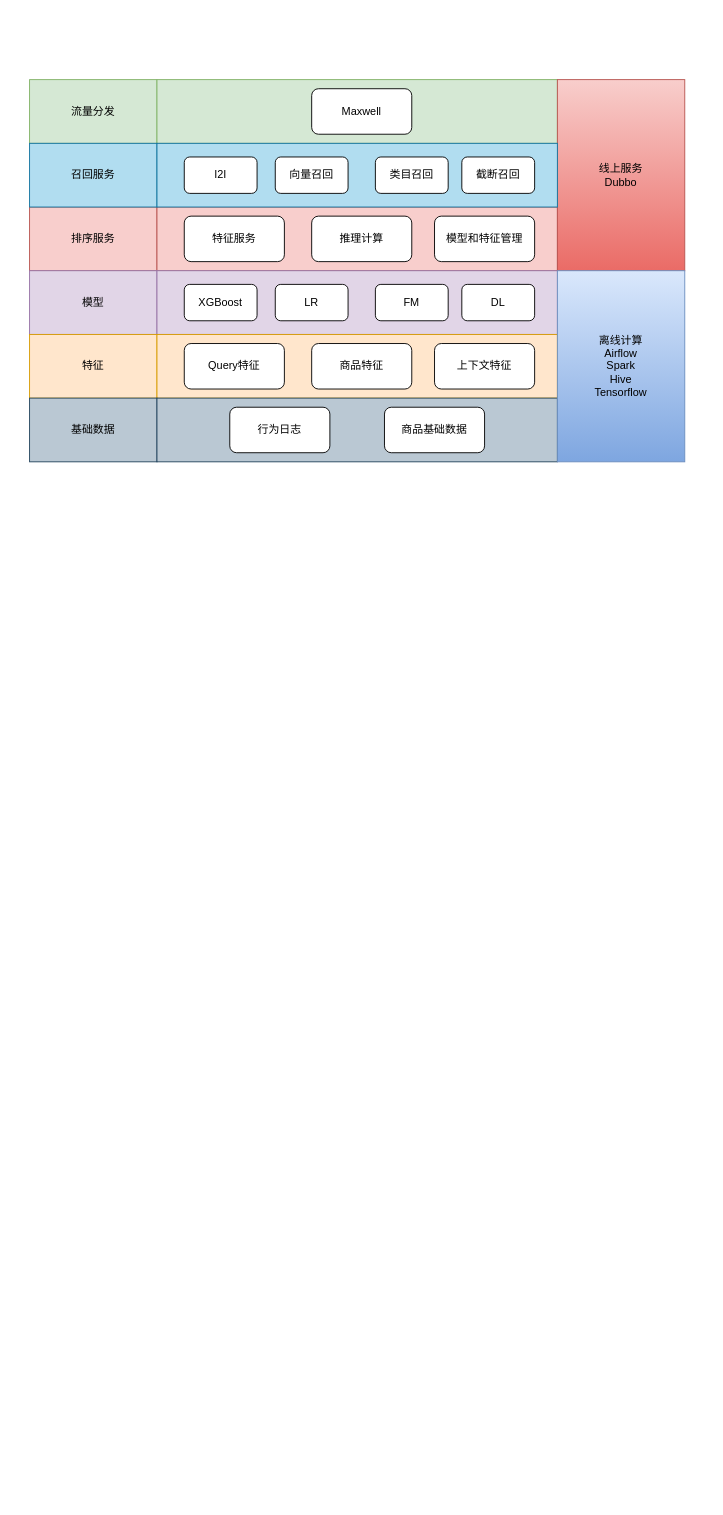
This is engineering/架构设计/推荐排序算法架构.drawio from Wanke15/wanke15.github.io, a draw.io file, before an edit. Source tidied: cells renumbered, new cells numbered last; positions are measured from the earlier drawing's top-left corner, leaving out a move shared by most shapes. Both pictures are drawn from the tidied source at 91%, with x=0, y=0 at pixel (29, 79).
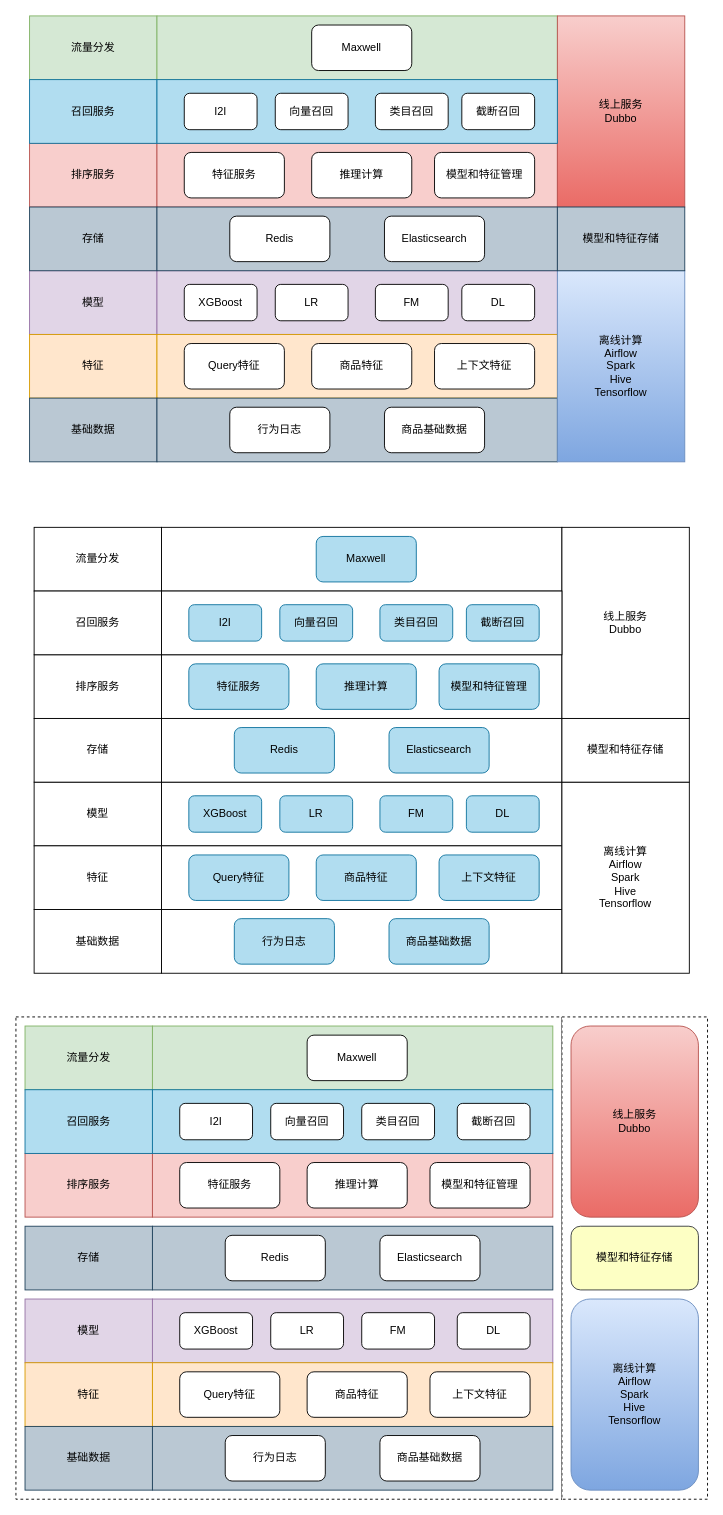
The same page after the edit.

Commit message (it also covers changes not shown here):
Update 推荐排序算法架构.drawio

The edit, as a diff of the source:
```diff
@@
     <mxCell id="2" value="流量分发" style="rounded=0;whiteSpace=wrap;html=1;fillColor=#d5e8d4;strokeColor=#82b366;" parent="1" vertex="1">
-      <mxGeometry width="140" height="70" as="geometry" />
+      <mxGeometry y="-70" width="140" height="70" as="geometry" />
     </mxCell>
     <mxCell id="3" value="排序服务" style="rounded=0;whiteSpace=wrap;html=1;fillColor=#f8cecc;strokeColor=#b85450;" parent="1" vertex="1">
-      <mxGeometry y="140" width="140" height="70" as="geometry" />
+      <mxGeometry y="70" width="140" height="70" as="geometry" />
     </mxCell>
     <mxCell id="4" style="rounded=0;whiteSpace=wrap;html=1;fillColor=#d5e8d4;strokeColor=#82b366;" parent="1" vertex="1">
-      <mxGeometry x="140" width="440" height="70" as="geometry" />
+      <mxGeometry x="140" y="-70" width="440" height="70" as="geometry" />
     </mxCell>
     <mxCell id="5" value="Maxwell" style="rounded=1;whiteSpace=wrap;html=1;" parent="1" vertex="1">
-      <mxGeometry x="310" y="10" width="110" height="50" as="geometry" />
+      <mxGeometry x="310" y="-60" width="110" height="50" as="geometry" />
     </mxCell>
     <mxCell id="6" style="rounded=0;whiteSpace=wrap;html=1;fillColor=#f8cecc;strokeColor=#b85450;" parent="1" vertex="1">
-      <mxGeometry x="140" y="140" width="440" height="70" as="geometry" />
+      <mxGeometry x="140" y="70" width="440" height="70" as="geometry" />
     </mxCell>
     <mxCell id="7" value="特征服务" style="rounded=1;whiteSpace=wrap;html=1;" parent="1" vertex="1">
-      <mxGeometry x="170" y="150" width="110" height="50" as="geometry" />
+      <mxGeometry x="170" y="80" width="110" height="50" as="geometry" />
     </mxCell>
     <mxCell id="8" value="推理计算" style="rounded=1;whiteSpace=wrap;html=1;" parent="1" vertex="1">
-      <mxGeometry x="310" y="150" width="110" height="50" as="geometry" />
+      <mxGeometry x="310" y="80" width="110" height="50" as="geometry" />
     </mxCell>
     <mxCell id="9" value="模型和特征管理" style="rounded=1;whiteSpace=wrap;html=1;" parent="1" vertex="1">
-      <mxGeometry x="445" y="150" width="110" height="50" as="geometry" />
+      <mxGeometry x="445" y="80" width="110" height="50" as="geometry" />
     </mxCell>
@@
     <mxCell id="25" value="线上服务&lt;br&gt;Dubbo" style="rounded=0;whiteSpace=wrap;html=1;gradientColor=#ea6b66;fillColor=#f8cecc;strokeColor=#b85450;" parent="1" vertex="1">
-      <mxGeometry x="580" width="140" height="210" as="geometry" />
+      <mxGeometry x="580" y="-70" width="140" height="210" as="geometry" />
     </mxCell>
@@
     <mxCell id="27" value="召回服务" style="rounded=0;whiteSpace=wrap;html=1;fillColor=#b1ddf0;strokeColor=#10739e;" parent="1" vertex="1">
-      <mxGeometry y="70" width="140" height="70" as="geometry" />
+      <mxGeometry width="140" height="70" as="geometry" />
     </mxCell>
     <mxCell id="28" style="rounded=0;whiteSpace=wrap;html=1;fillColor=#b1ddf0;strokeColor=#10739e;" parent="1" vertex="1">
-      <mxGeometry x="140" y="70" width="440" height="70" as="geometry" />
+      <mxGeometry x="140" width="440" height="70" as="geometry" />
     </mxCell>
     <mxCell id="29" value="I2I" style="rounded=1;whiteSpace=wrap;html=1;" parent="1" vertex="1">
-      <mxGeometry x="170" y="85" width="80" height="40" as="geometry" />
+      <mxGeometry x="170" y="15" width="80" height="40" as="geometry" />
     </mxCell>
     <mxCell id="30" value="向量召回" style="rounded=1;whiteSpace=wrap;html=1;" parent="1" vertex="1">
-      <mxGeometry x="270" y="85" width="80" height="40" as="geometry" />
+      <mxGeometry x="270" y="15" width="80" height="40" as="geometry" />
     </mxCell>
     <mxCell id="31" value="类目召回" style="rounded=1;whiteSpace=wrap;html=1;" parent="1" vertex="1">
-      <mxGeometry x="380" y="85" width="80" height="40" as="geometry" />
+      <mxGeometry x="380" y="15" width="80" height="40" as="geometry" />
     </mxCell>
     <mxCell id="32" value="截断召回" style="rounded=1;whiteSpace=wrap;html=1;" parent="1" vertex="1">
-      <mxGeometry x="475" y="85" width="80" height="40" as="geometry" />
+      <mxGeometry x="475" y="15" width="80" height="40" as="geometry" />
     </mxCell>
+    <mxCell id="33" style="rounded=0;whiteSpace=wrap;html=1;dashed=1;strokeWidth=1;perimeterSpacing=0;shadow=0;sketch=0;glass=0;" parent="1" vertex="1">
+      <mxGeometry x="-15" y="1030" width="600" height="530" as="geometry" />
+    </mxCell>
+    <mxCell id="34" value="流量分发" style="rounded=0;whiteSpace=wrap;html=1;fillColor=#d5e8d4;strokeColor=#82b366;" parent="1" vertex="1">
+      <mxGeometry x="-5" y="1040" width="140" height="70" as="geometry" />
+    </mxCell>
+    <mxCell id="35" style="rounded=0;whiteSpace=wrap;html=1;fillColor=#d5e8d4;strokeColor=#82b366;" parent="1" vertex="1">
+      <mxGeometry x="135" y="1040" width="440" height="70" as="geometry" />
+    </mxCell>
+    <mxCell id="36" value="Maxwell" style="rounded=1;whiteSpace=wrap;html=1;" parent="1" vertex="1">
+      <mxGeometry x="305" y="1050" width="110" height="50" as="geometry" />
+    </mxCell>
+    <mxCell id="37" value="排序服务" style="rounded=0;whiteSpace=wrap;html=1;fillColor=#f8cecc;strokeColor=#b85450;" parent="1" vertex="1">
+      <mxGeometry x="-5" y="1180" width="140" height="70" as="geometry" />
+    </mxCell>
+    <mxCell id="38" style="rounded=0;whiteSpace=wrap;html=1;fillColor=#f8cecc;strokeColor=#b85450;" parent="1" vertex="1">
+      <mxGeometry x="135" y="1180" width="440" height="70" as="geometry" />
+    </mxCell>
+    <mxCell id="39" value="特征服务" style="rounded=1;whiteSpace=wrap;html=1;" parent="1" vertex="1">
+      <mxGeometry x="165" y="1190" width="110" height="50" as="geometry" />
+    </mxCell>
+    <mxCell id="40" value="推理计算" style="rounded=1;whiteSpace=wrap;html=1;" parent="1" vertex="1">
+      <mxGeometry x="305" y="1190" width="110" height="50" as="geometry" />
+    </mxCell>
+    <mxCell id="41" value="模型和特征管理" style="rounded=1;whiteSpace=wrap;html=1;" parent="1" vertex="1">
+      <mxGeometry x="440" y="1190" width="110" height="50" as="geometry" />
+    </mxCell>
+    <mxCell id="42" value="召回服务" style="rounded=0;whiteSpace=wrap;html=1;fillColor=#b1ddf0;strokeColor=#10739e;" parent="1" vertex="1">
+      <mxGeometry x="-5" y="1110" width="140" height="70" as="geometry" />
+    </mxCell>
+    <mxCell id="43" style="rounded=0;whiteSpace=wrap;html=1;fillColor=#b1ddf0;strokeColor=#10739e;" parent="1" vertex="1">
+      <mxGeometry x="135" y="1110" width="440" height="70" as="geometry" />
+    </mxCell>
+    <mxCell id="44" value="I2I" style="rounded=1;whiteSpace=wrap;html=1;" parent="1" vertex="1">
+      <mxGeometry x="165" y="1125" width="80" height="40" as="geometry" />
+    </mxCell>
+    <mxCell id="45" value="向量召回" style="rounded=1;whiteSpace=wrap;html=1;" parent="1" vertex="1">
+      <mxGeometry x="265" y="1125" width="80" height="40" as="geometry" />
+    </mxCell>
+    <mxCell id="46" value="类目召回" style="rounded=1;whiteSpace=wrap;html=1;" parent="1" vertex="1">
+      <mxGeometry x="365" y="1125" width="80" height="40" as="geometry" />
+    </mxCell>
+    <mxCell id="47" value="截断召回" style="rounded=1;whiteSpace=wrap;html=1;" parent="1" vertex="1">
+      <mxGeometry x="470" y="1125" width="80" height="40" as="geometry" />
+    </mxCell>
+    <mxCell id="48" style="rounded=0;whiteSpace=wrap;html=1;dashed=1;strokeWidth=1;perimeterSpacing=0;shadow=0;sketch=0;glass=0;" parent="1" vertex="1">
+      <mxGeometry x="585" y="1030" width="160" height="530" as="geometry" />
+    </mxCell>
+    <mxCell id="49" value="模型" style="rounded=0;whiteSpace=wrap;html=1;fillColor=#e1d5e7;strokeColor=#9673a6;" parent="1" vertex="1">
+      <mxGeometry x="-5" y="1340" width="140" height="70" as="geometry" />
+    </mxCell>
+    <mxCell id="50" style="rounded=0;whiteSpace=wrap;html=1;fillColor=#e1d5e7;strokeColor=#9673a6;" parent="1" vertex="1">
+      <mxGeometry x="135" y="1340" width="440" height="70" as="geometry" />
+    </mxCell>
+    <mxCell id="51" value="XGBoost" style="rounded=1;whiteSpace=wrap;html=1;" parent="1" vertex="1">
+      <mxGeometry x="165" y="1355" width="80" height="40" as="geometry" />
+    </mxCell>
+    <mxCell id="52" value="LR" style="rounded=1;whiteSpace=wrap;html=1;" parent="1" vertex="1">
+      <mxGeometry x="265" y="1355" width="80" height="40" as="geometry" />
+    </mxCell>
+    <mxCell id="53" value="FM" style="rounded=1;whiteSpace=wrap;html=1;" parent="1" vertex="1">
+      <mxGeometry x="365" y="1355" width="80" height="40" as="geometry" />
+    </mxCell>
+    <mxCell id="54" value="DL" style="rounded=1;whiteSpace=wrap;html=1;" parent="1" vertex="1">
+      <mxGeometry x="470" y="1355" width="80" height="40" as="geometry" />
+    </mxCell>
+    <mxCell id="55" value="特征" style="rounded=0;whiteSpace=wrap;html=1;fillColor=#ffe6cc;strokeColor=#d79b00;" parent="1" vertex="1">
+      <mxGeometry x="-5" y="1410" width="140" height="70" as="geometry" />
+    </mxCell>
+    <mxCell id="56" style="rounded=0;whiteSpace=wrap;html=1;fillColor=#ffe6cc;strokeColor=#d79b00;" parent="1" vertex="1">
+      <mxGeometry x="135" y="1410" width="440" height="70" as="geometry" />
+    </mxCell>
+    <mxCell id="57" value="Query特征" style="rounded=1;whiteSpace=wrap;html=1;" parent="1" vertex="1">
+      <mxGeometry x="165" y="1420" width="110" height="50" as="geometry" />
+    </mxCell>
+    <mxCell id="58" value="商品特征" style="rounded=1;whiteSpace=wrap;html=1;" parent="1" vertex="1">
+      <mxGeometry x="305" y="1420" width="110" height="50" as="geometry" />
+    </mxCell>
+    <mxCell id="59" value="上下文特征" style="rounded=1;whiteSpace=wrap;html=1;" parent="1" vertex="1">
+      <mxGeometry x="440" y="1420" width="110" height="50" as="geometry" />
+    </mxCell>
+    <mxCell id="60" value="基础数据" style="rounded=0;whiteSpace=wrap;html=1;fillColor=#bac8d3;strokeColor=#23445d;" parent="1" vertex="1">
+      <mxGeometry x="-5" y="1480" width="140" height="70" as="geometry" />
+    </mxCell>
+    <mxCell id="61" style="rounded=0;whiteSpace=wrap;html=1;fillColor=#bac8d3;strokeColor=#23445d;" parent="1" vertex="1">
+      <mxGeometry x="135" y="1480" width="440" height="70" as="geometry" />
+    </mxCell>
+    <mxCell id="62" value="行为日志" style="rounded=1;whiteSpace=wrap;html=1;" parent="1" vertex="1">
+      <mxGeometry x="215" y="1490" width="110" height="50" as="geometry" />
+    </mxCell>
+    <mxCell id="63" value="商品基础数据" style="rounded=1;whiteSpace=wrap;html=1;" parent="1" vertex="1">
+      <mxGeometry x="385" y="1490" width="110" height="50" as="geometry" />
+    </mxCell>
+    <mxCell id="64" value="离线计算&lt;br&gt;Airflow&lt;br&gt;Spark&lt;br&gt;Hive&lt;br&gt;Tensorflow" style="rounded=1;whiteSpace=wrap;html=1;gradientColor=#7ea6e0;fillColor=#dae8fc;strokeColor=#6c8ebf;" parent="1" vertex="1">
+      <mxGeometry x="595" y="1340" width="140" height="210" as="geometry" />
+    </mxCell>
+    <mxCell id="65" value="存储" style="rounded=0;whiteSpace=wrap;html=1;fillColor=#bac8d3;strokeColor=#23445d;" parent="1" vertex="1">
+      <mxGeometry x="-5" y="1260" width="140" height="70" as="geometry" />
+    </mxCell>
+    <mxCell id="66" style="rounded=0;whiteSpace=wrap;html=1;fillColor=#bac8d3;strokeColor=#23445d;" parent="1" vertex="1">
+      <mxGeometry x="135" y="1260" width="440" height="70" as="geometry" />
+    </mxCell>
+    <mxCell id="67" value="Redis" style="rounded=1;whiteSpace=wrap;html=1;" parent="1" vertex="1">
+      <mxGeometry x="215" y="1270" width="110" height="50" as="geometry" />
+    </mxCell>
+    <mxCell id="68" value="Elasticsearch" style="rounded=1;whiteSpace=wrap;html=1;" parent="1" vertex="1">
+      <mxGeometry x="385" y="1270" width="110" height="50" as="geometry" />
+    </mxCell>
+    <mxCell id="69" value="模型和特征存储" style="rounded=1;whiteSpace=wrap;html=1;strokeColor=#36393d;gradientDirection=south;fillColor=#FDFFC4;" parent="1" vertex="1">
+      <mxGeometry x="595" y="1260" width="140" height="70" as="geometry" />
+    </mxCell>
+    <mxCell id="70" value="线上服务&lt;br&gt;Dubbo" style="rounded=1;whiteSpace=wrap;html=1;gradientColor=#ea6b66;fillColor=#f8cecc;strokeColor=#b85450;" parent="1" vertex="1">
+      <mxGeometry x="595" y="1040" width="140" height="210" as="geometry" />
+    </mxCell>
+    <mxCell id="71" value="存储" style="rounded=0;whiteSpace=wrap;html=1;fillColor=#bac8d3;strokeColor=#23445d;" parent="1" vertex="1">
+      <mxGeometry y="140" width="140" height="70" as="geometry" />
+    </mxCell>
+    <mxCell id="72" style="rounded=0;whiteSpace=wrap;html=1;fillColor=#bac8d3;strokeColor=#23445d;" parent="1" vertex="1">
+      <mxGeometry x="140" y="140" width="440" height="70" as="geometry" />
+    </mxCell>
+    <mxCell id="73" value="Redis" style="rounded=1;whiteSpace=wrap;html=1;" parent="1" vertex="1">
+      <mxGeometry x="220" y="150" width="110" height="50" as="geometry" />
+    </mxCell>
+    <mxCell id="74" value="Elasticsearch" style="rounded=1;whiteSpace=wrap;html=1;" parent="1" vertex="1">
+      <mxGeometry x="390" y="150" width="110" height="50" as="geometry" />
+    </mxCell>
+    <mxCell id="75" value="模型和特征存储" style="rounded=0;whiteSpace=wrap;html=1;strokeColor=#23445d;gradientDirection=south;fillColor=#bac8d3;" parent="1" vertex="1">
+      <mxGeometry x="580" y="140" width="140" height="70" as="geometry" />
+    </mxCell>
+    <mxCell id="76" value="流量分发" style="rounded=0;whiteSpace=wrap;html=1;" parent="1" vertex="1">
+      <mxGeometry x="5" y="492" width="140" height="70" as="geometry" />
+    </mxCell>
+    <mxCell id="77" value="排序服务" style="rounded=0;whiteSpace=wrap;html=1;" parent="1" vertex="1">
+      <mxGeometry x="5" y="632" width="140" height="70" as="geometry" />
+    </mxCell>
+    <mxCell id="78" style="rounded=0;whiteSpace=wrap;html=1;" parent="1" vertex="1">
+      <mxGeometry x="145" y="492" width="440" height="70" as="geometry" />
+    </mxCell>
+    <mxCell id="79" value="Maxwell" style="rounded=1;whiteSpace=wrap;html=1;fillColor=#b1ddf0;strokeColor=#10739e;" parent="1" vertex="1">
+      <mxGeometry x="315" y="502" width="110" height="50" as="geometry" />
+    </mxCell>
+    <mxCell id="80" style="rounded=0;whiteSpace=wrap;html=1;" parent="1" vertex="1">
+      <mxGeometry x="145" y="632" width="440" height="70" as="geometry" />
+    </mxCell>
+    <mxCell id="81" value="特征服务" style="rounded=1;whiteSpace=wrap;html=1;fillColor=#b1ddf0;strokeColor=#10739e;" parent="1" vertex="1">
+      <mxGeometry x="175" y="642" width="110" height="50" as="geometry" />
+    </mxCell>
+    <mxCell id="82" value="推理计算" style="rounded=1;whiteSpace=wrap;html=1;fillColor=#b1ddf0;strokeColor=#10739e;" parent="1" vertex="1">
+      <mxGeometry x="315" y="642" width="110" height="50" as="geometry" />
+    </mxCell>
+    <mxCell id="83" value="模型和特征管理" style="rounded=1;whiteSpace=wrap;html=1;fillColor=#b1ddf0;strokeColor=#10739e;" parent="1" vertex="1">
+      <mxGeometry x="450" y="642" width="110" height="50" as="geometry" />
+    </mxCell>
+    <mxCell id="84" value="模型" style="rounded=0;whiteSpace=wrap;html=1;" parent="1" vertex="1">
+      <mxGeometry x="5" y="772" width="140" height="70" as="geometry" />
+    </mxCell>
+    <mxCell id="85" style="rounded=0;whiteSpace=wrap;html=1;" parent="1" vertex="1">
+      <mxGeometry x="145" y="772" width="440" height="70" as="geometry" />
+    </mxCell>
+    <mxCell id="86" value="XGBoost" style="rounded=1;whiteSpace=wrap;html=1;fillColor=#b1ddf0;strokeColor=#10739e;" parent="1" vertex="1">
+      <mxGeometry x="175" y="787" width="80" height="40" as="geometry" />
+    </mxCell>
+    <mxCell id="87" value="LR" style="rounded=1;whiteSpace=wrap;html=1;fillColor=#b1ddf0;strokeColor=#10739e;" parent="1" vertex="1">
+      <mxGeometry x="275" y="787" width="80" height="40" as="geometry" />
+    </mxCell>
+    <mxCell id="88" value="FM" style="rounded=1;whiteSpace=wrap;html=1;fillColor=#b1ddf0;strokeColor=#10739e;" parent="1" vertex="1">
+      <mxGeometry x="385" y="787" width="80" height="40" as="geometry" />
+    </mxCell>
+    <mxCell id="89" value="DL" style="rounded=1;whiteSpace=wrap;html=1;fillColor=#b1ddf0;strokeColor=#10739e;" parent="1" vertex="1">
+      <mxGeometry x="480" y="787" width="80" height="40" as="geometry" />
+    </mxCell>
+    <mxCell id="90" value="特征" style="rounded=0;whiteSpace=wrap;html=1;" parent="1" vertex="1">
+      <mxGeometry x="5" y="842" width="140" height="70" as="geometry" />
+    </mxCell>
+    <mxCell id="91" style="rounded=0;whiteSpace=wrap;html=1;" parent="1" vertex="1">
+      <mxGeometry x="145" y="842" width="440" height="70" as="geometry" />
+    </mxCell>
+    <mxCell id="92" value="Query特征" style="rounded=1;whiteSpace=wrap;html=1;fillColor=#b1ddf0;strokeColor=#10739e;" parent="1" vertex="1">
+      <mxGeometry x="175" y="852" width="110" height="50" as="geometry" />
+    </mxCell>
+    <mxCell id="93" value="商品特征" style="rounded=1;whiteSpace=wrap;html=1;fillColor=#b1ddf0;strokeColor=#10739e;" parent="1" vertex="1">
+      <mxGeometry x="315" y="852" width="110" height="50" as="geometry" />
+    </mxCell>
+    <mxCell id="94" value="上下文特征" style="rounded=1;whiteSpace=wrap;html=1;fillColor=#b1ddf0;strokeColor=#10739e;" parent="1" vertex="1">
+      <mxGeometry x="450" y="852" width="110" height="50" as="geometry" />
+    </mxCell>
+    <mxCell id="95" value="基础数据" style="rounded=0;whiteSpace=wrap;html=1;" parent="1" vertex="1">
+      <mxGeometry x="5" y="912" width="140" height="70" as="geometry" />
+    </mxCell>
+    <mxCell id="96" style="rounded=0;whiteSpace=wrap;html=1;" parent="1" vertex="1">
+      <mxGeometry x="145" y="912" width="440" height="70" as="geometry" />
+    </mxCell>
+    <mxCell id="97" value="行为日志" style="rounded=1;whiteSpace=wrap;html=1;fillColor=#b1ddf0;strokeColor=#10739e;" parent="1" vertex="1">
+      <mxGeometry x="225" y="922" width="110" height="50" as="geometry" />
+    </mxCell>
+    <mxCell id="98" value="商品基础数据" style="rounded=1;whiteSpace=wrap;html=1;fillColor=#b1ddf0;strokeColor=#10739e;" parent="1" vertex="1">
+      <mxGeometry x="395" y="922" width="110" height="50" as="geometry" />
+    </mxCell>
+    <mxCell id="99" value="线上服务&lt;br&gt;Dubbo" style="rounded=0;whiteSpace=wrap;html=1;" parent="1" vertex="1">
+      <mxGeometry x="585" y="492" width="140" height="210" as="geometry" />
+    </mxCell>
+    <mxCell id="100" value="离线计算&lt;br&gt;Airflow&lt;br&gt;Spark&lt;br&gt;Hive&lt;br&gt;Tensorflow" style="rounded=0;whiteSpace=wrap;html=1;" parent="1" vertex="1">
+      <mxGeometry x="585" y="772" width="140" height="210" as="geometry" />
+    </mxCell>
+    <mxCell id="101" value="召回服务" style="rounded=0;whiteSpace=wrap;html=1;" parent="1" vertex="1">
+      <mxGeometry x="5" y="562" width="140" height="70" as="geometry" />
+    </mxCell>
+    <mxCell id="102" style="rounded=0;whiteSpace=wrap;html=1;" parent="1" vertex="1">
+      <mxGeometry x="145" y="562" width="440" height="70" as="geometry" />
+    </mxCell>
+    <mxCell id="103" value="I2I" style="rounded=1;whiteSpace=wrap;html=1;fillColor=#b1ddf0;strokeColor=#10739e;" parent="1" vertex="1">
+      <mxGeometry x="175" y="577" width="80" height="40" as="geometry" />
+    </mxCell>
+    <mxCell id="104" value="向量召回" style="rounded=1;whiteSpace=wrap;html=1;fillColor=#b1ddf0;strokeColor=#10739e;" parent="1" vertex="1">
+      <mxGeometry x="275" y="577" width="80" height="40" as="geometry" />
+    </mxCell>
+    <mxCell id="105" value="类目召回" style="rounded=1;whiteSpace=wrap;html=1;fillColor=#b1ddf0;strokeColor=#10739e;" parent="1" vertex="1">
+      <mxGeometry x="385" y="577" width="80" height="40" as="geometry" />
+    </mxCell>
+    <mxCell id="106" value="截断召回" style="rounded=1;whiteSpace=wrap;html=1;fillColor=#b1ddf0;strokeColor=#10739e;" parent="1" vertex="1">
+      <mxGeometry x="480" y="577" width="80" height="40" as="geometry" />
+    </mxCell>
+    <mxCell id="107" value="存储" style="rounded=0;whiteSpace=wrap;html=1;" parent="1" vertex="1">
+      <mxGeometry x="5" y="702" width="140" height="70" as="geometry" />
+    </mxCell>
+    <mxCell id="108" style="rounded=0;whiteSpace=wrap;html=1;" parent="1" vertex="1">
+      <mxGeometry x="145" y="702" width="440" height="70" as="geometry" />
+    </mxCell>
+    <mxCell id="109" value="Redis" style="rounded=1;whiteSpace=wrap;html=1;fillColor=#b1ddf0;strokeColor=#10739e;" parent="1" vertex="1">
+      <mxGeometry x="225" y="712" width="110" height="50" as="geometry" />
+    </mxCell>
+    <mxCell id="110" value="Elasticsearch" style="rounded=1;whiteSpace=wrap;html=1;fillColor=#b1ddf0;strokeColor=#10739e;" parent="1" vertex="1">
+      <mxGeometry x="395" y="712" width="110" height="50" as="geometry" />
+    </mxCell>
+    <mxCell id="111" value="模型和特征存储" style="rounded=0;whiteSpace=wrap;html=1;gradientDirection=south;" parent="1" vertex="1">
+      <mxGeometry x="585" y="702" width="140" height="70" as="geometry" />
+    </mxCell>
```
